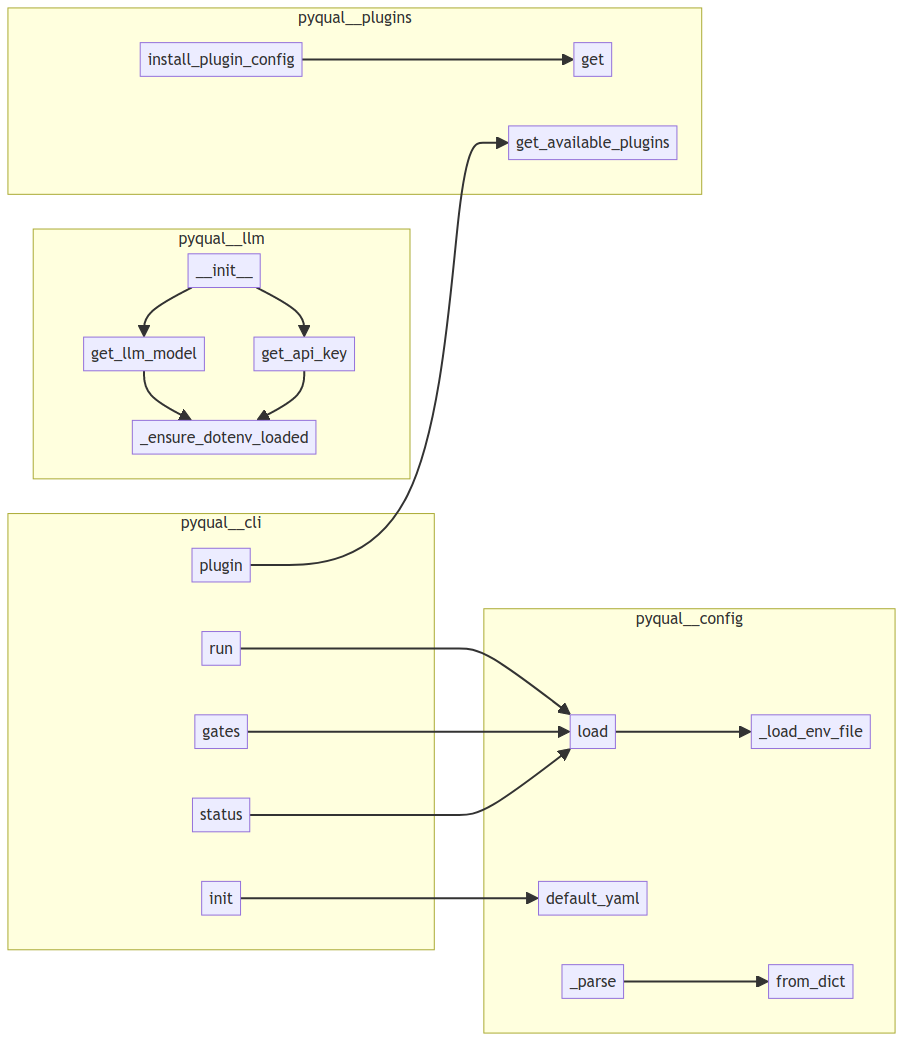
Before: project/calls.png, a diagram exported from Mermaid (semcod/pyqual). Its source is kept beside it as project/calls.mmd.
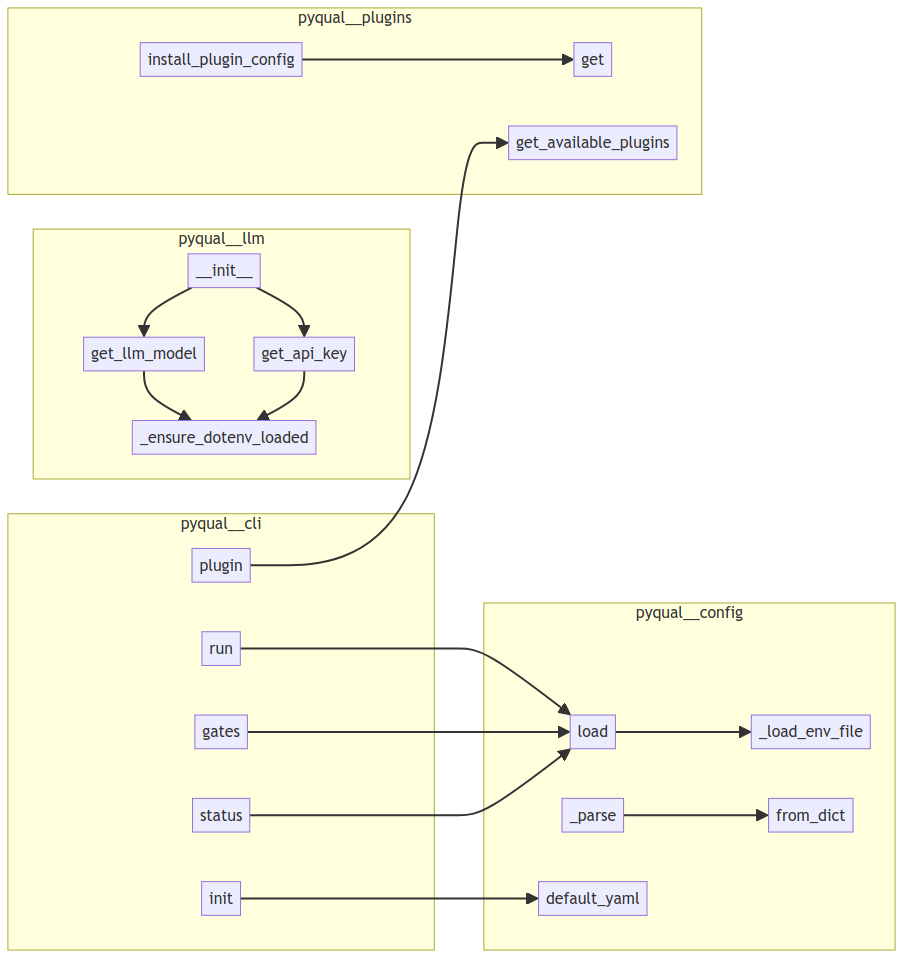
The same diagram one commit later.

Change to the diagram source:
```diff
@@ -1,38 +1,38 @@
 flowchart LR
     subgraph pyqual__cli
-        pyqual__cli__status["status"]
         pyqual__cli__run["run"]
         pyqual__cli__init["init"]
+        pyqual__cli__status["status"]
+        pyqual__cli__plugin["plugin"]
         pyqual__cli__gates["gates"]
-        pyqual__cli__plugin["plugin"]
     end
     subgraph pyqual__config
+        pyqual__config__PyqualConfig___parse["_parse"]
         pyqual__config___load_env_file["_load_env_file"]
-        pyqual__config__PyqualConfig___parse["_parse"]
+        pyqual__config__GateConfig__from_dict["from_dict"]
+        pyqual__config__PyqualConfig__load["load"]
         pyqual__config__PyqualConfig__default_yaml["default_yaml"]
-        pyqual__config__PyqualConfig__load["load"]
-        pyqual__config__GateConfig__from_dict["from_dict"]
     end
     subgraph pyqual__llm
-        pyqual__llm__get_api_key["get_api_key"]
-        pyqual__llm__LLM____init__["__init__"]
         pyqual__llm___ensure_dotenv_loaded["_ensure_dotenv_loaded"]
         pyqual__llm__get_llm_model["get_llm_model"]
+        pyqual__llm__LLM____init__["__init__"]
+        pyqual__llm__get_api_key["get_api_key"]
     end
     subgraph pyqual__plugins
+        pyqual__plugins__PluginRegistry__get["get"]
         pyqual__plugins__install_plugin_config["install_plugin_config"]
-        pyqual__plugins__PluginRegistry__get["get"]
         pyqual__plugins__get_available_plugins["get_available_plugins"]
     end
+    pyqual__config__PyqualConfig__load --> pyqual__config___load_env_file
+    pyqual__config__PyqualConfig___parse --> pyqual__config__GateConfig__from_dict
+    pyqual__llm__get_llm_model --> pyqual__llm___ensure_dotenv_loaded
+    pyqual__llm__get_api_key --> pyqual__llm___ensure_dotenv_loaded
+    pyqual__llm__LLM____init__ --> pyqual__llm__get_llm_model
+    pyqual__llm__LLM____init__ --> pyqual__llm__get_api_key
     pyqual__cli__init --> pyqual__config__PyqualConfig__default_yaml
     pyqual__cli__run --> pyqual__config__PyqualConfig__load
     pyqual__cli__gates --> pyqual__config__PyqualConfig__load
     pyqual__cli__status --> pyqual__config__PyqualConfig__load
     pyqual__cli__plugin --> pyqual__plugins__get_available_plugins
-    pyqual__llm__get_llm_model --> pyqual__llm___ensure_dotenv_loaded
-    pyqual__llm__get_api_key --> pyqual__llm___ensure_dotenv_loaded
-    pyqual__llm__LLM____init__ --> pyqual__llm__get_llm_model
-    pyqual__llm__LLM____init__ --> pyqual__llm__get_api_key
-    pyqual__config__PyqualConfig__load --> pyqual__config___load_env_file
-    pyqual__config__PyqualConfig___parse --> pyqual__config__GateConfig__from_dict
     pyqual__plugins__install_plugin_config --> pyqual__plugins__PluginRegistry__get
```
